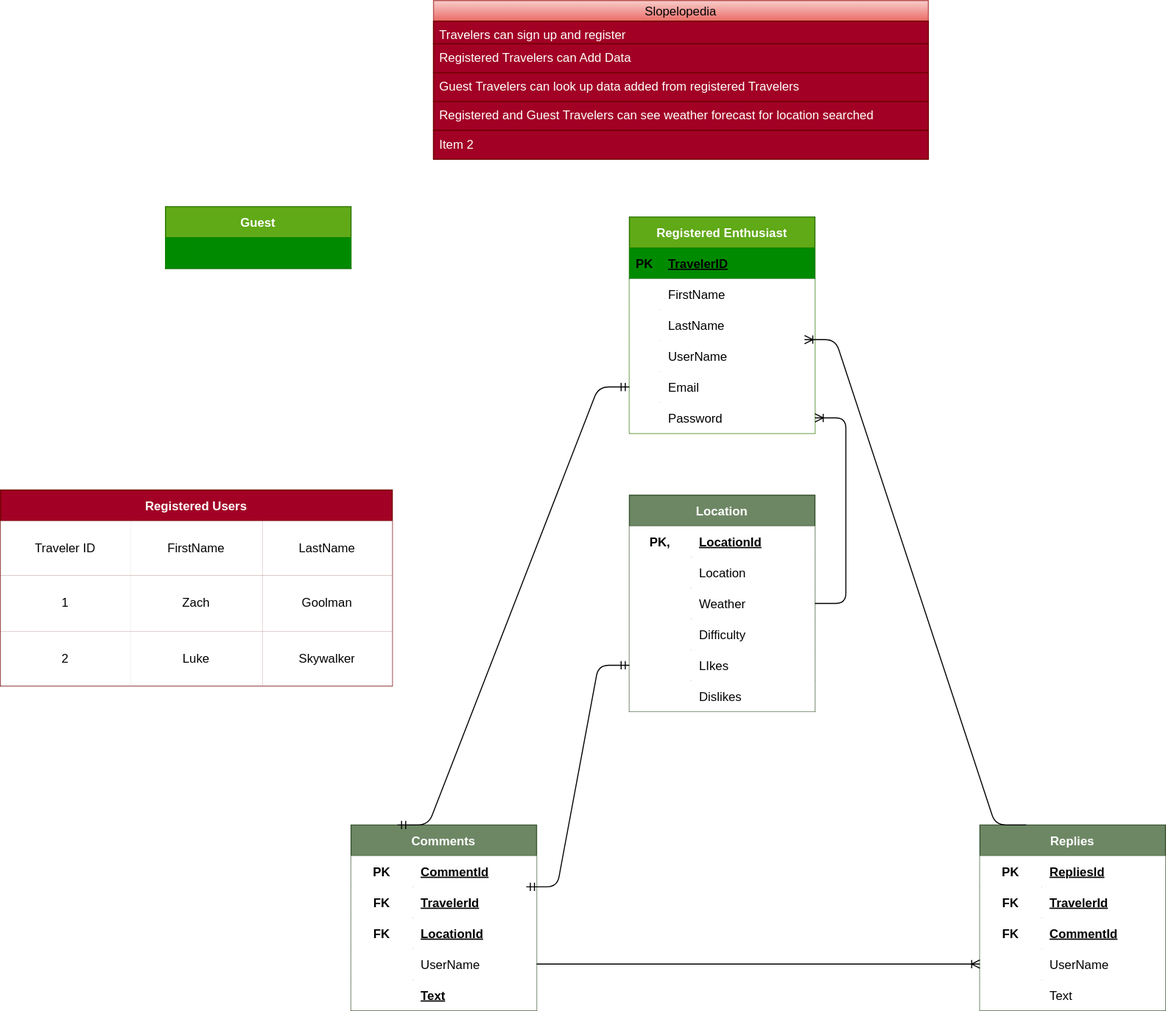
Before: capstone.drawio.svg, a diagram exported from draw.io (ZacharyGoolman/Slopelopedia). Source tidied: cells renumbered, new cells last; positions are measured from the earlier drawing's top-left corner, leaving out a move shared by most shapes.
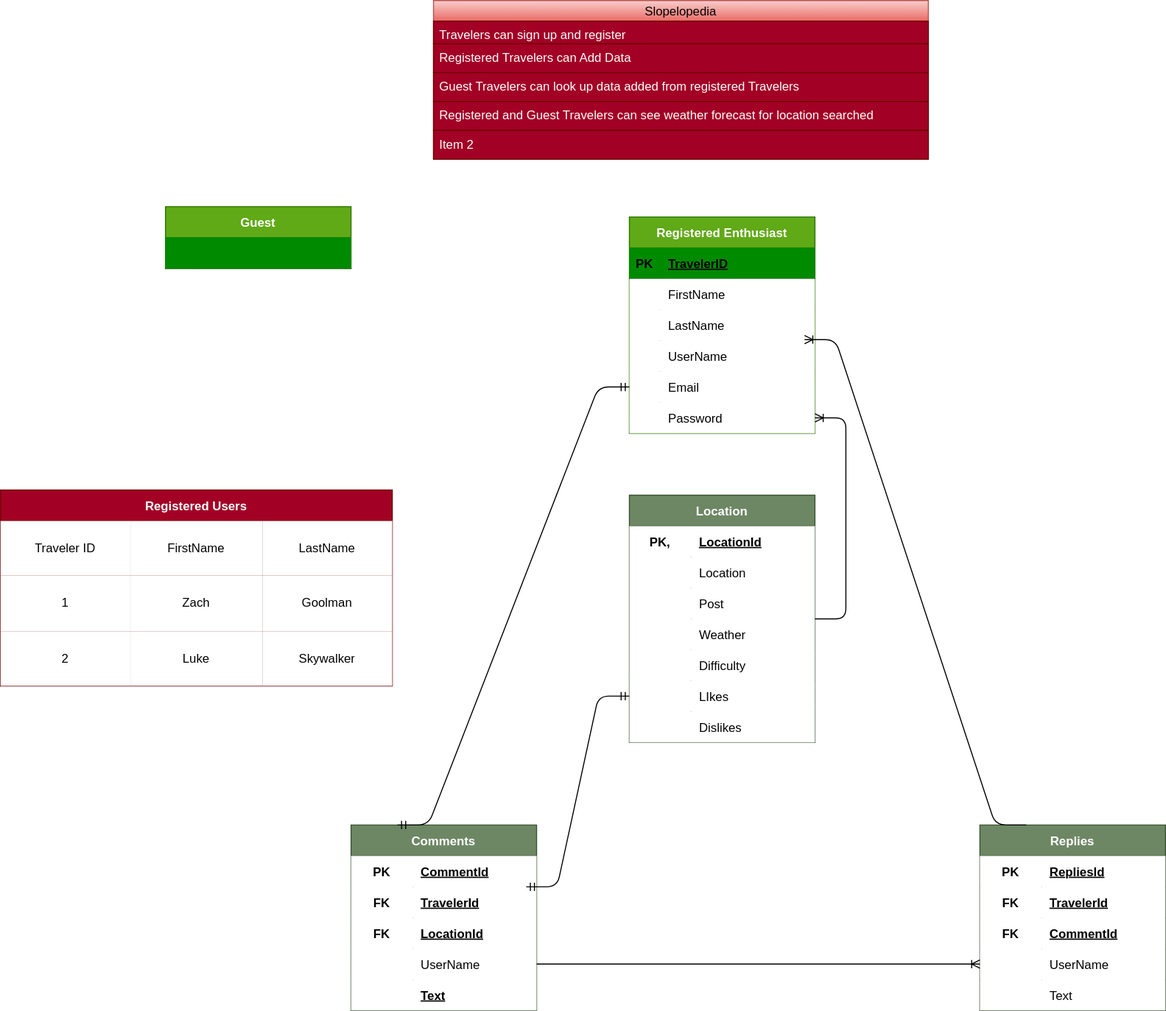
The same diagram one commit later.

Commit message:
Added post field for ERD + Created models in line with ERD + Made serializers file and created serializers for my Models

What changed in the source:
```diff
@@ -177,7 +177,7 @@
       <mxGeometry x="60" width="120" height="30" as="geometry" />
     </mxCell>
     <mxCell id="60" value="Location" style="shape=table;startSize=30;rowLines=0;fontStyle=1;align=center;fillColor=#6d8764;fontColor=#ffffff;strokeColor=#3A5431;" parent="1" vertex="1">
-      <mxGeometry x="610" y="480" width="180" height="210" as="geometry" />
+      <mxGeometry x="610" y="480" width="180" height="240" as="geometry" />
     </mxCell>
     <mxCell id="61" style="shape=partialRectangle;top=0;left=0;bottom=0;right=0;" parent="60" vertex="1">
       <mxGeometry y="30" width="180" height="30" as="geometry" />
@@ -203,11 +203,20 @@
     <mxCell id="68" style="shape=partialRectangle;fillColor=none;top=0;left=0;bottom=0;right=0;overflow=hidden;" parent="67" vertex="1">
       <mxGeometry width="60" height="30" as="geometry" />
     </mxCell>
-    <mxCell id="69" value="Weather" style="shape=partialRectangle;fillColor=none;top=0;left=0;bottom=0;right=0;align=left;spacingLeft=6;overflow=hidden;" parent="67" vertex="1">
+    <mxCell id="69" value="Post" style="shape=partialRectangle;fillColor=none;top=0;left=0;bottom=0;right=0;align=left;spacingLeft=6;overflow=hidden;" parent="67" vertex="1">
       <mxGeometry x="60" width="120" height="30" as="geometry" />
     </mxCell>
+    <mxCell id="101" style="shape=partialRectangle;top=0;left=0;bottom=0;right=0;" parent="60" vertex="1">
+      <mxGeometry y="120" width="180" height="30" as="geometry" />
+    </mxCell>
+    <mxCell id="102" style="shape=partialRectangle;fillColor=none;top=0;left=0;bottom=0;right=0;overflow=hidden;" parent="101" vertex="1">
+      <mxGeometry width="60" height="30" as="geometry" />
+    </mxCell>
+    <mxCell id="103" value="Weather" style="shape=partialRectangle;fillColor=none;top=0;left=0;bottom=0;right=0;align=left;spacingLeft=6;overflow=hidden;" parent="101" vertex="1">
+      <mxGeometry x="60" width="120" height="30" as="geometry" />
+    </mxCell>
     <mxCell id="70" style="shape=partialRectangle;top=0;left=0;bottom=0;right=0;" parent="60" vertex="1">
-      <mxGeometry y="120" width="180" height="30" as="geometry" />
+      <mxGeometry y="150" width="180" height="30" as="geometry" />
     </mxCell>
     <mxCell id="71" style="shape=partialRectangle;fillColor=none;top=0;left=0;bottom=0;right=0;overflow=hidden;" parent="70" vertex="1">
       <mxGeometry width="60" height="30" as="geometry" />
@@ -216,7 +225,7 @@
       <mxGeometry x="60" width="120" height="30" as="geometry" />
     </mxCell>
     <mxCell id="73" style="shape=partialRectangle;top=0;left=0;bottom=0;right=0;points=[[0,0.5],[1,0.5]];portConstraint=eastwest;" parent="60" vertex="1">
-      <mxGeometry y="150" width="180" height="30" as="geometry" />
+      <mxGeometry y="180" width="180" height="30" as="geometry" />
     </mxCell>
     <mxCell id="74" style="shape=partialRectangle;fillColor=none;top=0;left=0;bottom=0;right=0;overflow=hidden;" parent="73" vertex="1">
       <mxGeometry width="60" height="30" as="geometry" />
@@ -225,7 +234,7 @@
       <mxGeometry x="60" width="120" height="30" as="geometry" />
     </mxCell>
     <mxCell id="76" style="shape=partialRectangle;top=0;left=0;bottom=0;right=0;" parent="60" vertex="1">
-      <mxGeometry y="180" width="180" height="30" as="geometry" />
+      <mxGeometry y="210" width="180" height="30" as="geometry" />
     </mxCell>
     <mxCell id="77" style="shape=partialRectangle;fillColor=none;top=0;left=0;bottom=0;right=0;overflow=hidden;" parent="76" vertex="1">
       <mxGeometry width="60" height="30" as="geometry" />
```
